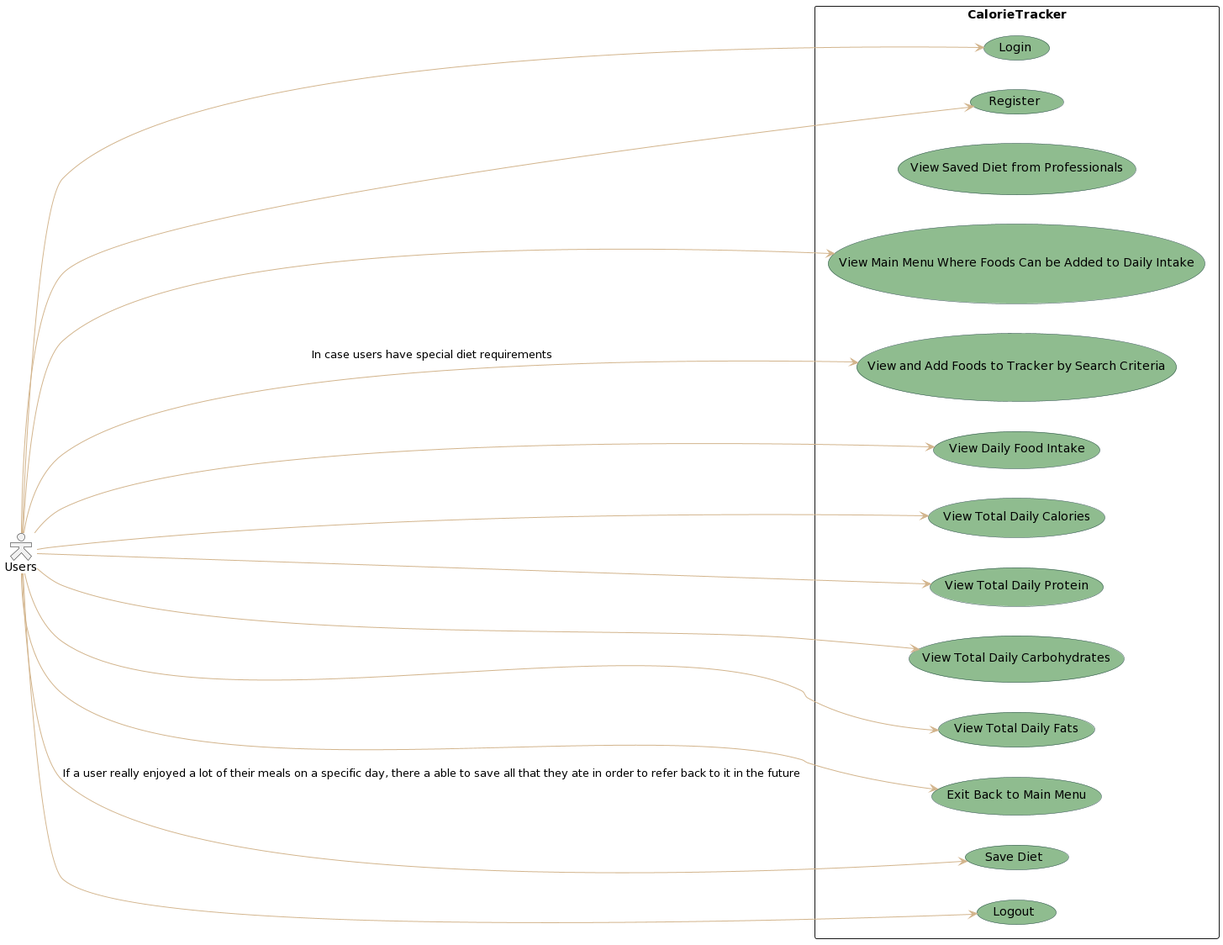
Above: docs/diagrams/cases/users.png in david-gary/onlineStoreTemplate (PlantUML), before the change.
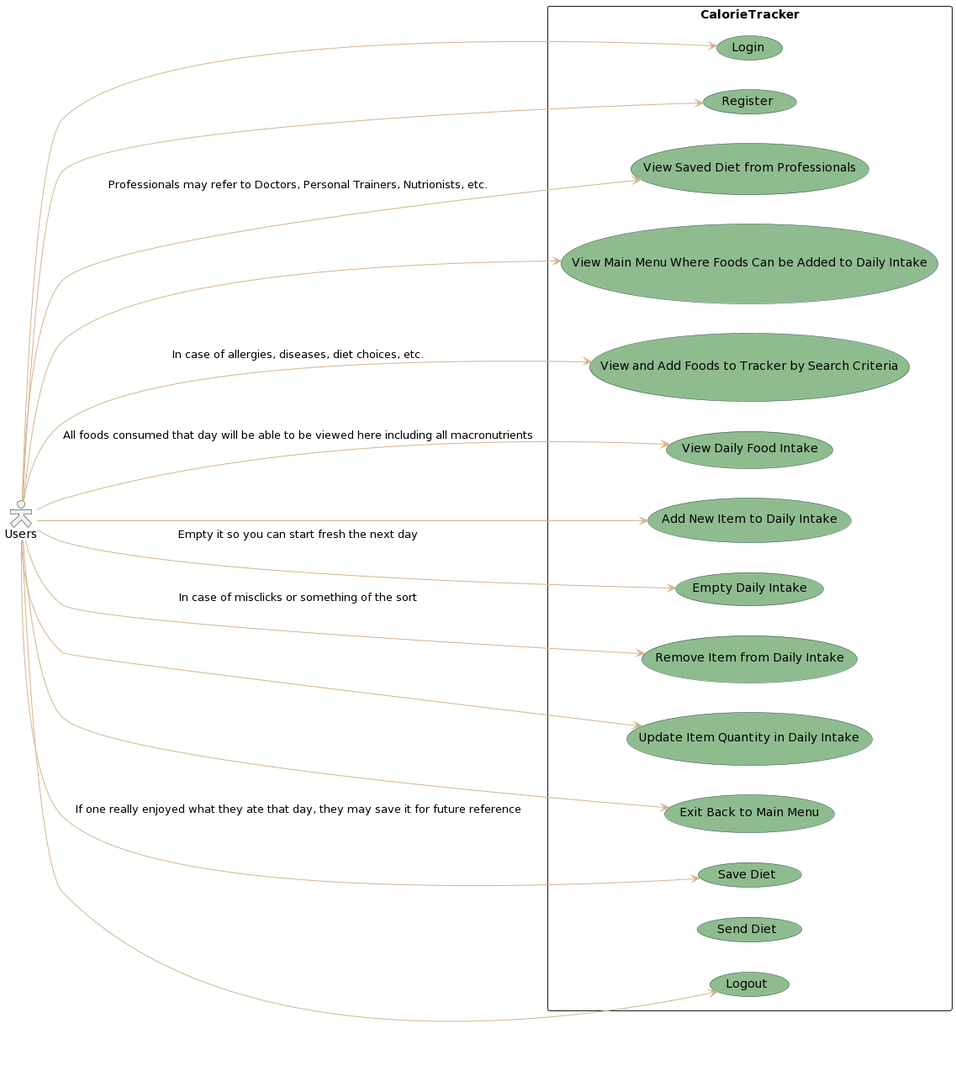
Above is the later version.

Diff of the diagram source:
```diff
@@ -22,24 +22,26 @@
   (View Main Menu Where Foods Can be Added to Daily Intake)
   (View and Add Foods to Tracker by Search Criteria)
   (View Daily Food Intake)
-  (View Total Daily Calories)
-  (View Total Daily Protein)
-  (View Total Daily Carbohydrates)
-  (View Total Daily Fats)
+  (Add New Item to Daily Intake)
+  (Empty Daily Intake)
+  (Remove Item from Daily Intake)
+  (Update Item Quantity in Daily Intake)
   (Exit Back to Main Menu)
   (Save Diet)
+  (Send Diet)
   (Logout)
 }
 Users --> (Login)
 Users --> (Register)
+Users --> (View Saved Diet from Professionals) : Professionals may refer to Doctors, Personal Trainers, Nutrionists, etc.
 Users --> (View Main Menu Where Foods Can be Added to Daily Intake)
-Users --> (View and Add Foods to Tracker by Search Criteria) : In case users have special diet requirements
-Users --> (View Daily Food Intake)
-Users -->  (View Total Daily Calories)
-Users --> (View Total Daily Protein)
-Users --> (View Total Daily Carbohydrates)
-Users --> (View Total Daily Fats)
+Users --> (View and Add Foods to Tracker by Search Criteria) : In case of allergies, diseases, diet choices, etc.
+Users --> (View Daily Food Intake) : All foods consumed that day will be able to be viewed here including all macronutrients
+Users --> (Add New Item to Daily Intake)
+Users --> (Empty Daily Intake) : Empty it so you can start fresh the next day
+Users --> (Remove Item from Daily Intake) : In case of misclicks or something of the sort
+Users --> (Update Item Quantity in Daily Intake)
 Users --> (Exit Back to Main Menu)
-Users --> (Save Diet) : If a user really enjoyed a lot of their meals on a specific day, there a able to save all that they ate in order to refer back to it in the future
+Users --> (Save Diet) : If one really enjoyed what they ate that day, they may save it for future reference
 Users --> (Logout)
 @enduml
```
